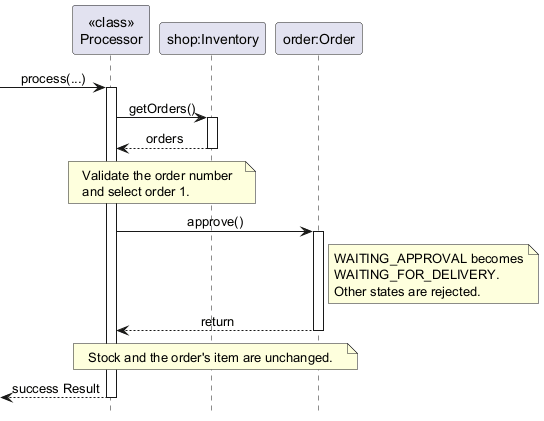
AY2627S1-CS2113-W14-4/tp keeps this PlantUML diagram as docs/images/OrderApprovalSequence.png. Above is the earlier version.
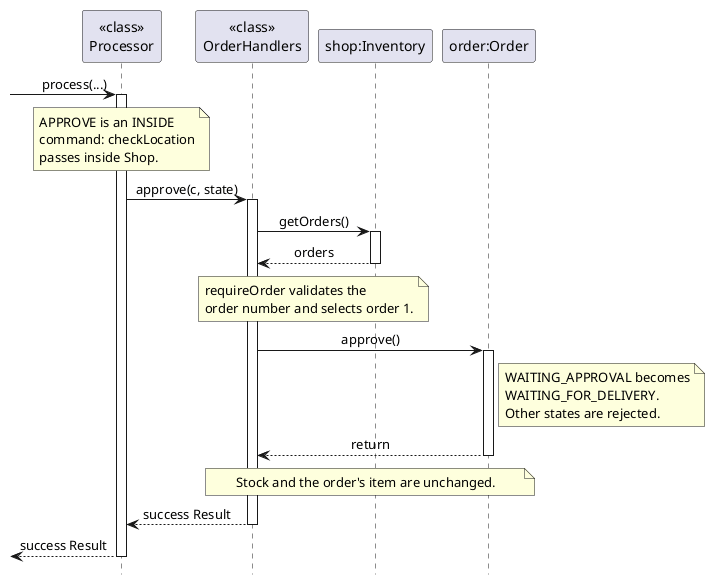
The same diagram one commit later.

What changed in the source:
```diff
@@ -3,32 +3,42 @@
 skinparam sequenceMessageAlign center
 
 participant "<<class>>\nProcessor" as Processor
+participant "<<class>>\nOrderHandlers" as Handlers
 participant "shop:Inventory" as Inventory
 participant "order:Order" as Order
 
 [-> Processor : process(...)
 activate Processor
-Processor -> Inventory : getOrders()
+note over Processor
+    APPROVE is an INSIDE
+    command: checkLocation
+    passes inside Shop.
+end note
+Processor -> Handlers : approve(c, state)
+activate Handlers
+Handlers -> Inventory : getOrders()
 activate Inventory
-Inventory --> Processor : orders
+Inventory --> Handlers : orders
 deactivate Inventory
-note over Processor, Inventory
-    Validate the order number
-    and select order 1.
+note over Handlers, Inventory
+    requireOrder validates the
+    order number and selects order 1.
 end note
 
-Processor -> Order : approve()
+Handlers -> Order : approve()
 activate Order
 note right of Order
     WAITING_APPROVAL becomes
     WAITING_FOR_DELIVERY.
     Other states are rejected.
 end note
-Order --> Processor : return
+Order --> Handlers : return
 deactivate Order
-note over Processor, Order
+note over Handlers, Order
     Stock and the order's item are unchanged.
 end note
+Handlers --> Processor : success Result
+deactivate Handlers
 [<-- Processor : success Result
 deactivate Processor
 @enduml
```
